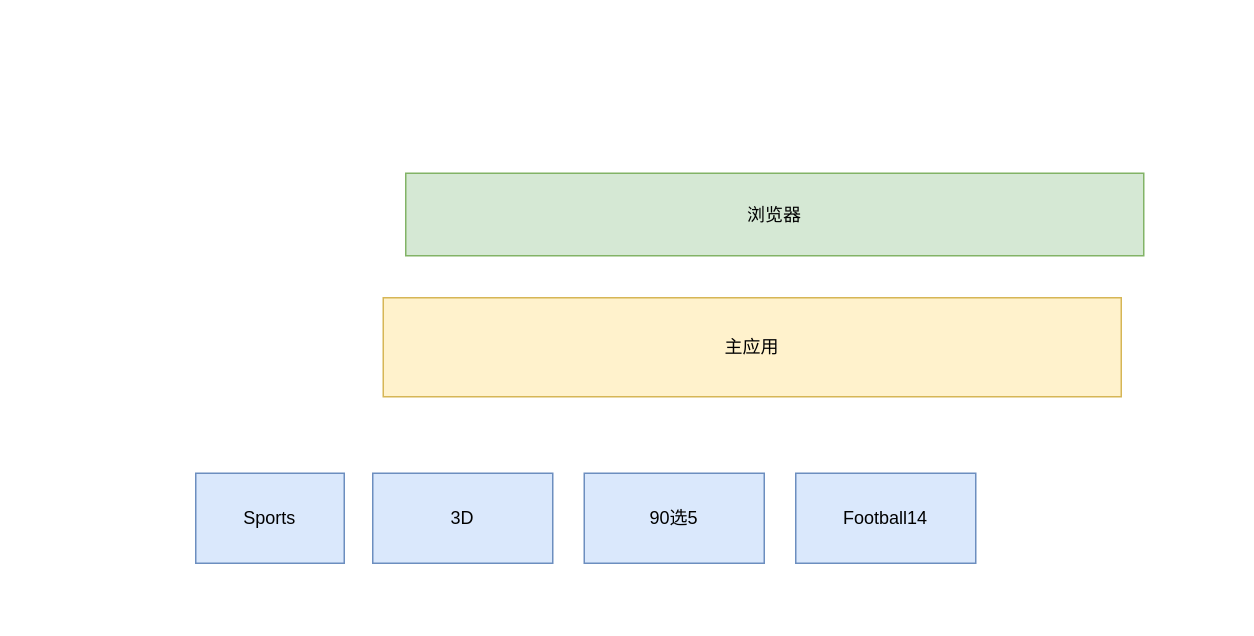
The draw.io diagram 前端总架构.drawio in metre/images, before the edit. Source tidied: cells renumbered, new cells numbered last; positions are measured from the earlier drawing's top-left corner, leaving out a move shared by most shapes. Both pictures are drawn from the tidied source at 150%, with x=0, y=0 at pixel (195, 172).
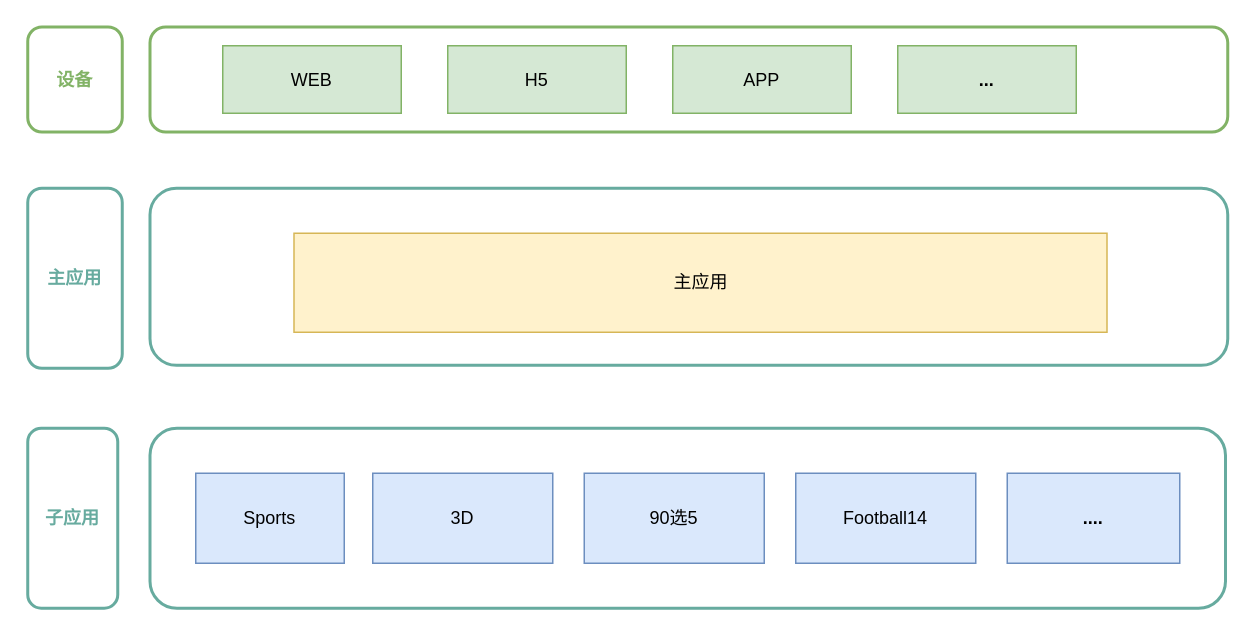
Above is the later version.

Commit message (it also covers changes not shown here):
前端总架构.drawio

Diff of the diagram source:
```diff
@@
 <mxGraphModel>
   <root>
     <mxCell id="0" />
     <mxCell id="1" parent="0" />
+    <mxCell id="8" style="rounded=1;whiteSpace=wrap;html=1;strokeColor=#67AB9F;strokeWidth=2;" parent="1" vertex="1">
+      <mxGeometry x="-30.5" y="170" width="717" height="120" as="geometry" />
+    </mxCell>
     <mxCell id="2" value="Sports" style="rounded=0;whiteSpace=wrap;html=1;fillColor=#dae8fc;strokeColor=#6c8ebf;" parent="1" vertex="1">
       <mxGeometry y="200" width="99" height="60" as="geometry" />
     </mxCell>
     <mxCell id="3" value="3D" style="rounded=0;whiteSpace=wrap;html=1;fillColor=#dae8fc;strokeColor=#6c8ebf;" parent="1" vertex="1">
       <mxGeometry x="118" y="200" width="120" height="60" as="geometry" />
     </mxCell>
     <mxCell id="4" value="90选5" style="rounded=0;whiteSpace=wrap;html=1;fillColor=#dae8fc;strokeColor=#6c8ebf;" parent="1" vertex="1">
       <mxGeometry x="259" y="200" width="120" height="60" as="geometry" />
     </mxCell>
     <mxCell id="5" value="Football14" style="rounded=0;whiteSpace=wrap;html=1;fillColor=#dae8fc;strokeColor=#6c8ebf;" parent="1" vertex="1">
       <mxGeometry x="400" y="200" width="120" height="60" as="geometry" />
     </mxCell>
-    <mxCell id="6" value="浏览器" style="rounded=0;whiteSpace=wrap;html=1;fillColor=#d5e8d4;strokeColor=#82b366;" parent="1" vertex="1">
-      <mxGeometry x="140" width="492" height="55" as="geometry" />
-    </mxCell>
+    <mxCell id="9" value="&lt;b&gt;....&lt;/b&gt;" style="rounded=0;whiteSpace=wrap;html=1;fillColor=#dae8fc;strokeColor=#6c8ebf;" parent="1" vertex="1">
+      <mxGeometry x="541" y="200" width="115" height="60" as="geometry" />
+    </mxCell>
+    <mxCell id="10" style="rounded=1;whiteSpace=wrap;html=1;strokeColor=#67AB9F;strokeWidth=2;gradientColor=none;" parent="1" vertex="1">
+      <mxGeometry x="-30.5" y="10" width="718.5" height="118" as="geometry" />
+    </mxCell>
     <mxCell id="7" value="主应用" style="rounded=0;whiteSpace=wrap;html=1;fillColor=#fff2cc;strokeColor=#d6b656;" parent="1" vertex="1">
-      <mxGeometry x="125" y="83" width="492" height="66" as="geometry" />
+      <mxGeometry x="65.5" y="40" width="542" height="66" as="geometry" />
     </mxCell>
+    <mxCell id="11" value="主应用" style="text;html=1;strokeColor=#67AB9F;fillColor=none;align=center;verticalAlign=middle;whiteSpace=wrap;rounded=1;strokeWidth=2;fontStyle=1;fontColor=#67AB9F;" parent="1" vertex="1">
+      <mxGeometry x="-112" y="10" width="63" height="120" as="geometry" />
+    </mxCell>
+    <mxCell id="12" value="子应用" style="text;html=1;strokeColor=#67AB9F;fillColor=none;align=center;verticalAlign=middle;whiteSpace=wrap;rounded=1;strokeWidth=2;fontStyle=1;fontColor=#67AB9F;" parent="1" vertex="1">
+      <mxGeometry x="-112" y="170" width="60" height="120" as="geometry" />
+    </mxCell>
+    <mxCell id="13" value="设备" style="text;html=1;strokeColor=#82B366;fillColor=none;align=center;verticalAlign=middle;whiteSpace=wrap;rounded=1;strokeWidth=2;fontStyle=1;fontColor=#82B366;" parent="1" vertex="1">
+      <mxGeometry x="-112" y="-97.5" width="63" height="70" as="geometry" />
+    </mxCell>
+    <mxCell id="14" style="text;html=1;strokeColor=#82B366;fillColor=none;align=center;verticalAlign=middle;whiteSpace=wrap;rounded=1;strokeWidth=2;fontStyle=1;fontColor=#82B366;" parent="1" vertex="1">
+      <mxGeometry x="-30.5" y="-97.5" width="718.5" height="70" as="geometry" />
+    </mxCell>
+    <mxCell id="15" value="WEB" style="rounded=0;whiteSpace=wrap;html=1;fillColor=#d5e8d4;strokeColor=#82B366;" parent="1" vertex="1">
+      <mxGeometry x="18" y="-85" width="119" height="45" as="geometry" />
+    </mxCell>
+    <mxCell id="16" value="H5" style="rounded=0;whiteSpace=wrap;html=1;fillColor=#d5e8d4;strokeColor=#82B366;" parent="1" vertex="1">
+      <mxGeometry x="168" y="-85" width="119" height="45" as="geometry" />
+    </mxCell>
+    <mxCell id="17" value="APP" style="rounded=0;whiteSpace=wrap;html=1;fillColor=#d5e8d4;strokeColor=#82B366;" parent="1" vertex="1">
+      <mxGeometry x="318" y="-85" width="119" height="45" as="geometry" />
+    </mxCell>
+    <mxCell id="18" value="&lt;b&gt;...&lt;/b&gt;" style="rounded=0;whiteSpace=wrap;html=1;fillColor=#d5e8d4;strokeColor=#82B366;" parent="1" vertex="1">
+      <mxGeometry x="468" y="-85" width="119" height="45" as="geometry" />
+    </mxCell>
   </root>
 </mxGraphModel>
```
